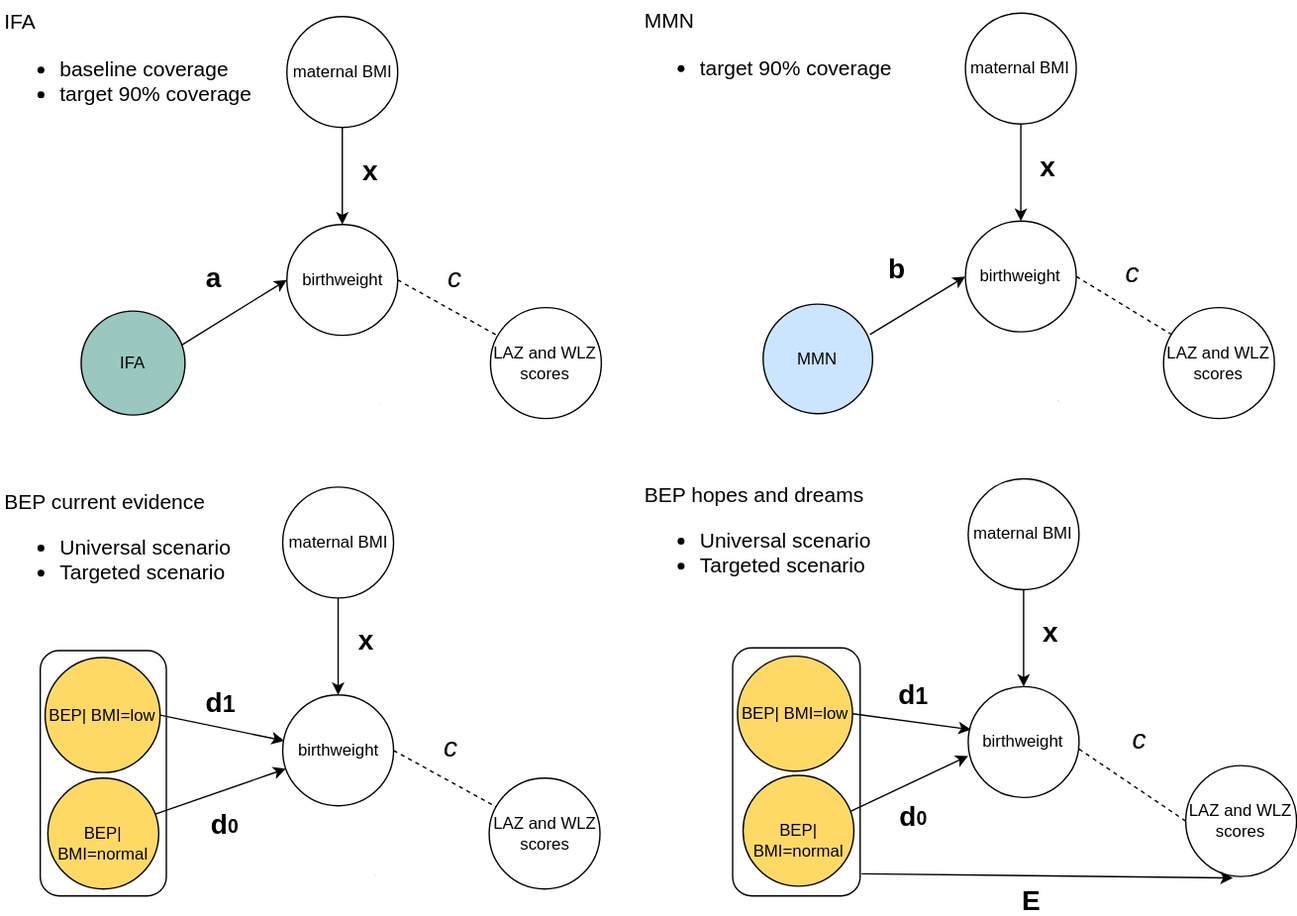
Above: docs/source/gbd2017_models/concept_models/vivarium_gates_bep/causal_dag_bep_scenarios.svg in ihmeuw/vivarium_research (draw.io), before the change. Source tidied: cells renumbered, new cells last; positions are measured from the earlier drawing's top-left corner, leaving out a move shared by most shapes.
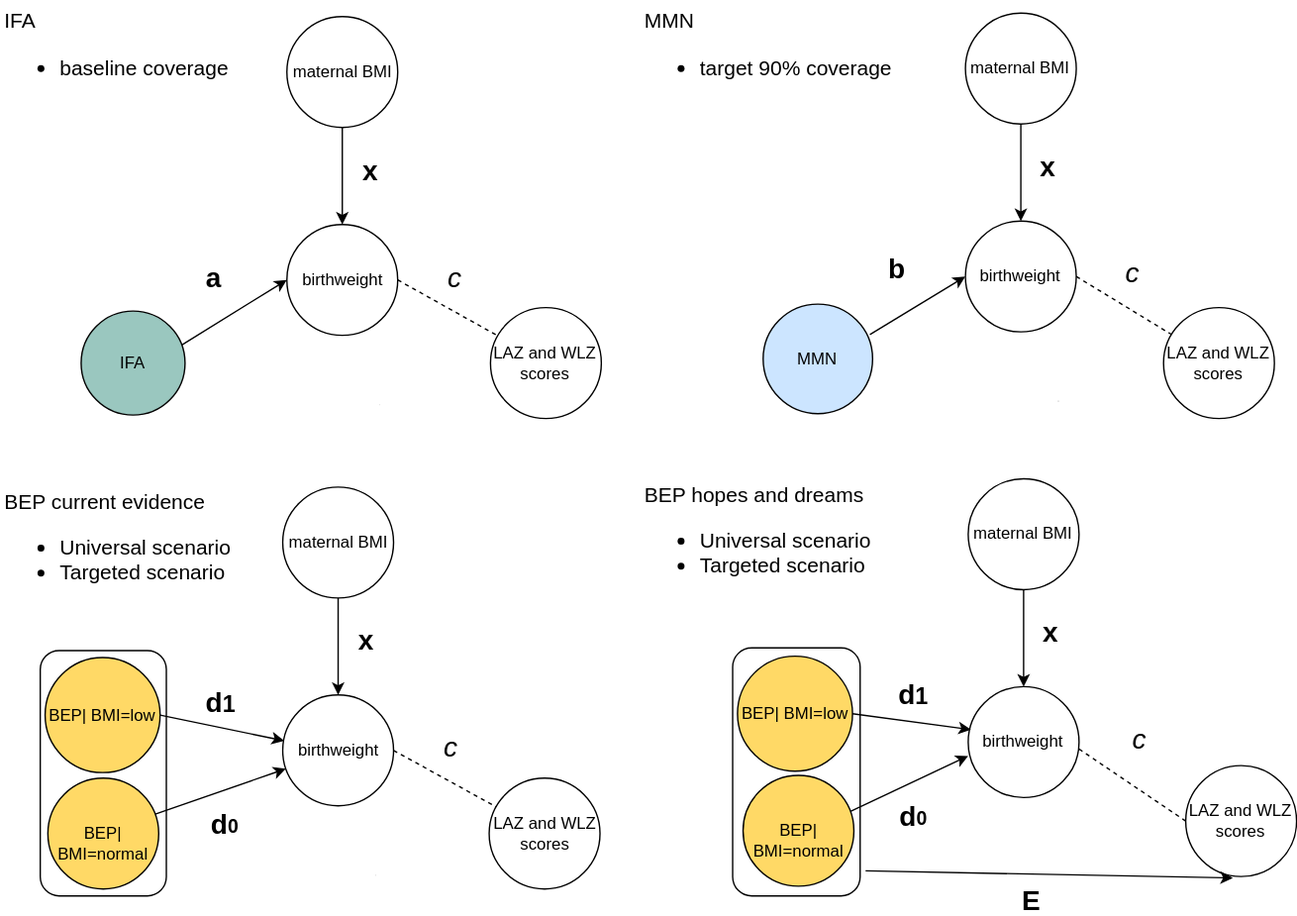
Above is the later version.

The edit, as a diff of the source:
```diff
@@ -184,8 +184,8 @@
     <mxCell id="57" value="&lt;b&gt;b&lt;/b&gt;" style="text;html=1;strokeColor=none;fillColor=none;align=center;verticalAlign=middle;whiteSpace=wrap;rounded=0;fontFamily=Helvetica;fontSize=20;" parent="1" vertex="1">
       <mxGeometry x="626.2" y="174" width="40" height="20" as="geometry" />
     </mxCell>
-    <mxCell id="58" value="&lt;font style=&quot;font-size: 15px&quot;&gt;IFA&lt;br&gt;&lt;ul&gt;&lt;li&gt;&lt;font style=&quot;font-size: 15px&quot;&gt;baseline coverage&lt;/font&gt;&lt;/li&gt;&lt;li&gt;&lt;font style=&quot;font-size: 15px&quot;&gt;target 90% coverage&lt;/font&gt;&lt;/li&gt;&lt;/ul&gt;&lt;/font&gt;" style="text;html=1;strokeColor=none;fillColor=none;align=left;verticalAlign=middle;whiteSpace=wrap;rounded=0;fontFamily=Helvetica;fontSize=20;" parent="1" vertex="1">
-      <mxGeometry x="-0.5" y="26.5" width="276.5" height="20" as="geometry" />
+    <mxCell id="58" value="&lt;font style=&quot;font-size: 15px&quot;&gt;IFA&lt;br&gt;&lt;ul&gt;&lt;li&gt;&lt;font style=&quot;font-size: 15px&quot;&gt;baseline coverage&lt;/font&gt;&lt;/li&gt;&lt;/ul&gt;&lt;/font&gt;" style="text;html=1;strokeColor=none;fillColor=none;align=left;verticalAlign=middle;whiteSpace=wrap;rounded=0;fontFamily=Helvetica;fontSize=20;" parent="1" vertex="1">
+      <mxGeometry x="-0.5" y="17" width="276.5" height="20" as="geometry" />
     </mxCell>
     <mxCell id="59" value="&lt;font style=&quot;font-size: 15px&quot;&gt;MMN&amp;nbsp;&lt;br&gt;&lt;ul&gt;&lt;li style=&quot;&quot;&gt;&lt;font style=&quot;font-size: 15px&quot;&gt;target 90% coverage&lt;/font&gt;&lt;/li&gt;&lt;/ul&gt;&lt;/font&gt;" style="text;html=1;strokeColor=none;fillColor=none;align=left;verticalAlign=middle;whiteSpace=wrap;rounded=0;fontFamily=Helvetica;fontSize=20;" parent="1" vertex="1">
       <mxGeometry x="462.2" y="17" width="207.5" height="20" as="geometry" />
```
